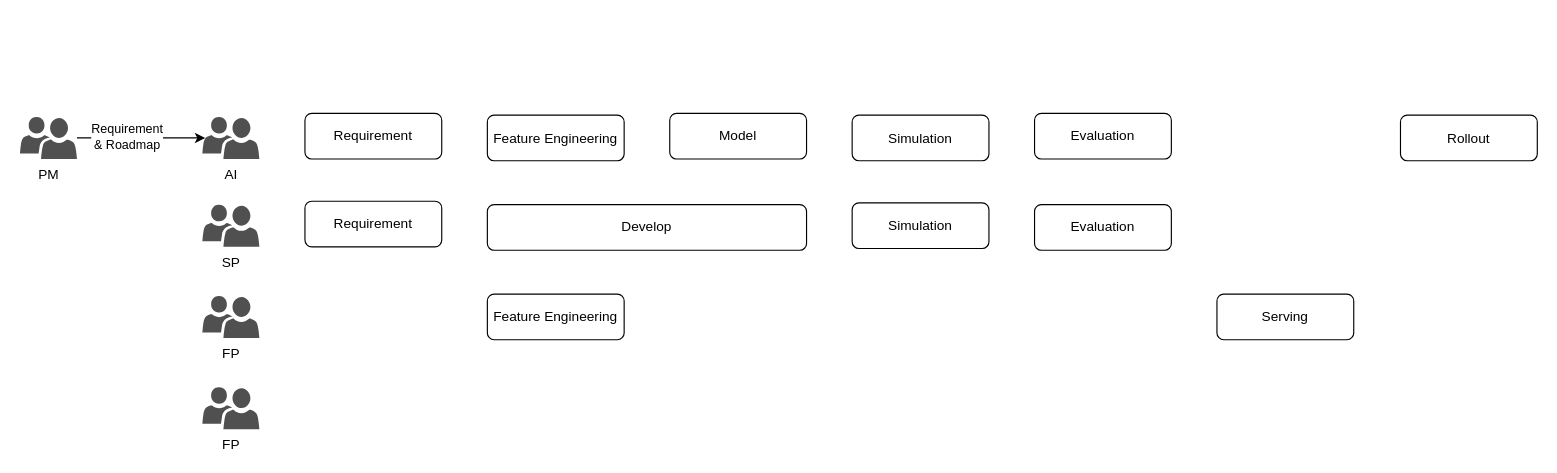
Earlier version of the draw.io diagram page "第 2 页" (2 of 3) of sds-flow.drawio (tallongsun/drawio). Source tidied: cells renumbered, new cells numbered last; positions are measured from the earlier drawing's top-left corner, leaving out a move shared by most shapes. Both pictures are drawn from the tidied source at 114%, with x=0, y=0 at pixel (19, 113).
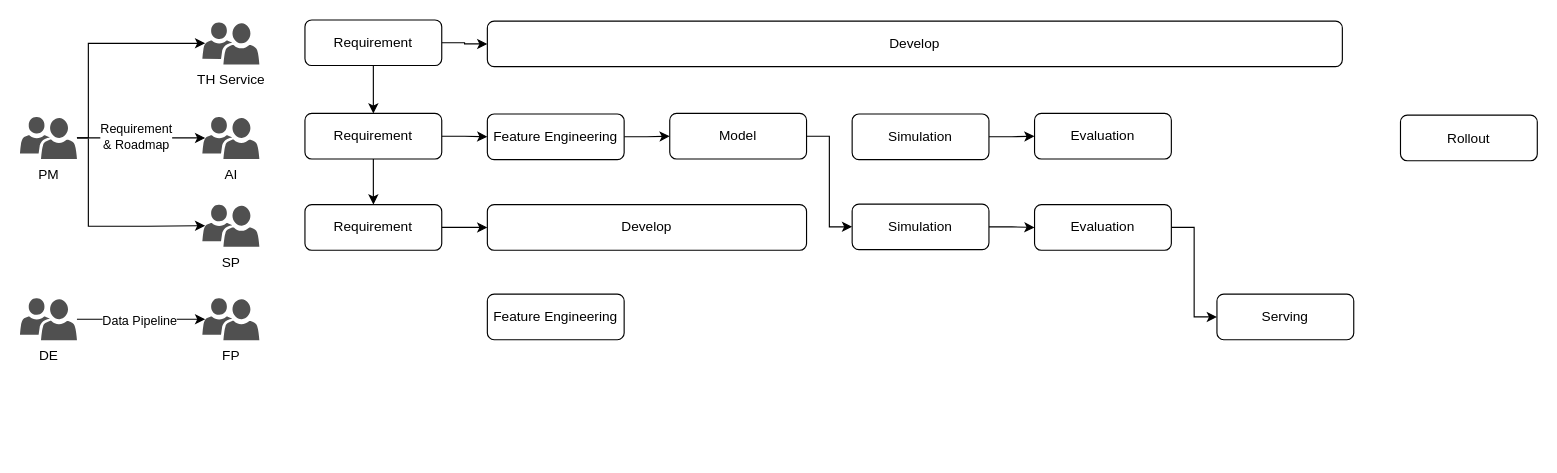
Above is the later version.

The change refers to these unchanged cells:
```xml
<mxCell id="2" value="Requirement" style="rounded=1;whiteSpace=wrap;html=1;" parent="1" vertex="1">
  <mxGeometry x="250" width="120" height="40" as="geometry" />
</mxCell>
<mxCell id="5" value="Model" style="rounded=1;whiteSpace=wrap;html=1;" parent="1" vertex="1">
  <mxGeometry x="570" width="120" height="40" as="geometry" />
</mxCell>
<mxCell id="7" value="Evaluation" style="rounded=1;whiteSpace=wrap;html=1;" parent="1" vertex="1">
  <mxGeometry x="890" width="120" height="40" as="geometry" />
</mxCell>
<mxCell id="9" value="SP" style="sketch=0;shadow=0;dashed=0;html=1;strokeColor=none;labelPosition=center;verticalLabelPosition=bottom;verticalAlign=top;align=center;fillColor=#505050;shape=mxgraph.mscae.intune.user_group;" parent="1" vertex="1">
  <mxGeometry x="160" y="80" width="50" height="37" as="geometry" />
</mxCell>
<mxCell id="12" value="Develop" style="rounded=1;whiteSpace=wrap;html=1;" parent="1" vertex="1">
  <mxGeometry x="410" y="80" width="280" height="40" as="geometry" />
</mxCell>
<mxCell id="14" value="Evaluation" style="rounded=1;whiteSpace=wrap;html=1;" parent="1" vertex="1">
  <mxGeometry x="890" y="80" width="120" height="40" as="geometry" />
</mxCell>
<mxCell id="16" value="Serving" style="rounded=1;whiteSpace=wrap;html=1;" parent="1" vertex="1">
  <mxGeometry x="1050" y="158.5" width="120" height="40" as="geometry" />
</mxCell>
<mxCell id="18" value="PM" style="sketch=0;shadow=0;dashed=0;html=1;strokeColor=none;labelPosition=center;verticalLabelPosition=bottom;verticalAlign=top;align=center;fillColor=#505050;shape=mxgraph.mscae.intune.user_group;" parent="1" vertex="1">
  <mxGeometry y="3" width="50" height="37" as="geometry" />
</mxCell>
<mxCell id="19" style="edgeStyle=orthogonalEdgeStyle;rounded=0;jettySize=auto;html=1;entryX=0.05;entryY=0.5;entryDx=0;entryDy=0;entryPerimeter=0;" parent="1" edge="1" source="18" target="3">
  <mxGeometry relative="1" as="geometry" />
</mxCell>
```

Change to the diagram source:
```diff
@@
+    <mxCell id="21" style="edgeStyle=orthogonalEdgeStyle;rounded=0;jettySize=auto;html=1;exitX=0.5;exitY=1;exitDx=0;exitDy=0;" parent="1" edge="1" source="2" target="11">
+      <mxGeometry relative="1" as="geometry" />
+    </mxCell>
+    <mxCell id="22" style="edgeStyle=orthogonalEdgeStyle;rounded=0;jettySize=auto;html=1;exitX=1;exitY=0.5;exitDx=0;exitDy=0;" parent="1" edge="1" source="2" target="4">
+      <mxGeometry relative="1" as="geometry" />
+    </mxCell>
@@
+    <mxCell id="23" style="edgeStyle=orthogonalEdgeStyle;rounded=0;jettySize=auto;html=1;entryX=0;entryY=0.5;entryDx=0;entryDy=0;" parent="1" edge="1" source="4" target="5">
+      <mxGeometry relative="1" as="geometry" />
+    </mxCell>
     <mxCell id="4" value="Feature Engineering" style="rounded=1;whiteSpace=wrap;html=1;" parent="1" vertex="1">
-      <mxGeometry x="410" y="1.5" width="120" height="40" as="geometry" />
+      <mxGeometry x="410" y="0.5" width="120" height="40" as="geometry" />
     </mxCell>
+    <mxCell id="24" style="edgeStyle=orthogonalEdgeStyle;rounded=0;jettySize=auto;html=1;exitX=1;exitY=0.5;exitDx=0;exitDy=0;entryX=0;entryY=0.5;entryDx=0;entryDy=0;" parent="1" edge="1" source="5" target="13">
+      <mxGeometry relative="1" as="geometry" />
+    </mxCell>
@@
+    <mxCell id="25" style="edgeStyle=orthogonalEdgeStyle;rounded=0;jettySize=auto;html=1;entryX=0;entryY=0.5;entryDx=0;entryDy=0;" parent="1" edge="1" source="6" target="7">
+      <mxGeometry relative="1" as="geometry" />
+    </mxCell>
     <mxCell id="6" value="Simulation" style="rounded=1;whiteSpace=wrap;html=1;" parent="1" vertex="1">
-      <mxGeometry x="730" y="1.5" width="120" height="40" as="geometry" />
+      <mxGeometry x="730" y="0.5" width="120" height="40" as="geometry" />
     </mxCell>
@@
     <mxCell id="10" value="FP" style="sketch=0;shadow=0;dashed=0;html=1;strokeColor=none;labelPosition=center;verticalLabelPosition=bottom;verticalAlign=top;align=center;fillColor=#505050;shape=mxgraph.mscae.intune.user_group;" parent="1" vertex="1">
-      <mxGeometry x="160" y="160" width="50" height="37" as="geometry" />
+      <mxGeometry x="160" y="162" width="50" height="37" as="geometry" />
     </mxCell>
+    <mxCell id="26" style="edgeStyle=orthogonalEdgeStyle;rounded=0;jettySize=auto;html=1;exitX=1;exitY=0.5;exitDx=0;exitDy=0;entryX=0;entryY=0.5;entryDx=0;entryDy=0;" parent="1" edge="1" source="11" target="12">
+      <mxGeometry relative="1" as="geometry" />
+    </mxCell>
     <mxCell id="11" value="Requirement" style="rounded=1;whiteSpace=wrap;html=1;" parent="1" vertex="1">
-      <mxGeometry x="250" y="77" width="120" height="40" as="geometry" />
+      <mxGeometry x="250" y="80" width="120" height="40" as="geometry" />
     </mxCell>
@@
+    <mxCell id="27" style="edgeStyle=orthogonalEdgeStyle;rounded=0;jettySize=auto;html=1;entryX=0;entryY=0.5;entryDx=0;entryDy=0;" parent="1" edge="1" source="13" target="14">
+      <mxGeometry relative="1" as="geometry" />
+    </mxCell>
     <mxCell id="13" value="Simulation" style="rounded=1;whiteSpace=wrap;html=1;" parent="1" vertex="1">
-      <mxGeometry x="730" y="78.5" width="120" height="40" as="geometry" />
+      <mxGeometry x="730" y="79.5" width="120" height="40" as="geometry" />
     </mxCell>
+    <mxCell id="28" style="edgeStyle=orthogonalEdgeStyle;rounded=0;jettySize=auto;html=1;entryX=0;entryY=0.5;entryDx=0;entryDy=0;" parent="1" edge="1" source="14" target="16">
+      <mxGeometry relative="1" as="geometry" />
+    </mxCell>
@@
-    <mxCell id="17" value="FP" style="sketch=0;shadow=0;dashed=0;html=1;strokeColor=none;labelPosition=center;verticalLabelPosition=bottom;verticalAlign=top;align=center;fillColor=#505050;shape=mxgraph.mscae.intune.user_group;" parent="1" vertex="1">
-      <mxGeometry x="160" y="240" width="50" height="37" as="geometry" />
+    <mxCell id="17" value="TH Service" style="sketch=0;shadow=0;dashed=0;html=1;strokeColor=none;labelPosition=center;verticalLabelPosition=bottom;verticalAlign=top;align=center;fillColor=#505050;shape=mxgraph.mscae.intune.user_group;" parent="1" vertex="1">
+      <mxGeometry x="160" y="-80" width="50" height="37" as="geometry" />
     </mxCell>
@@
     <mxCell id="20" value="Requirement &lt;br&gt;&amp;amp; Roadmap" style="edgeLabel;html=1;align=center;verticalAlign=middle;" parent="19" vertex="1">
-      <mxGeometry x="-0.24" y="1" relative="1" as="geometry" />
+      <mxGeometry x="-0.24" y="1" relative="1" as="geometry">
+        <mxPoint x="8" as="offset" />
+      </mxGeometry>
     </mxCell>
+    <mxCell id="29" value="DE" style="sketch=0;shadow=0;dashed=0;html=1;strokeColor=none;labelPosition=center;verticalLabelPosition=bottom;verticalAlign=top;align=center;fillColor=#505050;shape=mxgraph.mscae.intune.user_group;" parent="1" vertex="1">
+      <mxGeometry y="162" width="50" height="37" as="geometry" />
+    </mxCell>
+    <mxCell id="30" style="edgeStyle=orthogonalEdgeStyle;rounded=0;jettySize=auto;html=1;entryX=0.05;entryY=0.5;entryDx=0;entryDy=0;entryPerimeter=0;" parent="1" edge="1" source="29" target="10">
+      <mxGeometry relative="1" as="geometry" />
+    </mxCell>
+    <mxCell id="31" value="Data Pipeline" style="edgeLabel;html=1;align=center;verticalAlign=middle;" parent="30" vertex="1">
+      <mxGeometry x="-0.04" y="-1" relative="1" as="geometry" />
+    </mxCell>
+    <mxCell id="32" style="edgeStyle=orthogonalEdgeStyle;rounded=0;jettySize=auto;html=1;entryX=0.05;entryY=0.5;entryDx=0;entryDy=0;entryPerimeter=0;" parent="1" edge="1" source="18" target="17">
+      <mxGeometry relative="1" as="geometry">
+        <Array as="points">
+          <mxPoint x="60" y="22" />
+          <mxPoint x="60" y="-61" />
+          <mxPoint x="163" y="-61" />
+        </Array>
+      </mxGeometry>
+    </mxCell>
+    <mxCell id="33" style="edgeStyle=orthogonalEdgeStyle;rounded=0;jettySize=auto;html=1;entryX=0;entryY=0.5;entryDx=0;entryDy=0;" parent="1" edge="1" source="35" target="36">
+      <mxGeometry relative="1" as="geometry" />
+    </mxCell>
+    <mxCell id="34" style="edgeStyle=orthogonalEdgeStyle;rounded=0;jettySize=auto;html=1;exitX=0.5;exitY=1;exitDx=0;exitDy=0;entryX=0.5;entryY=0;entryDx=0;entryDy=0;" parent="1" edge="1" source="35" target="2">
+      <mxGeometry relative="1" as="geometry" />
+    </mxCell>
+    <mxCell id="35" value="Requirement" style="rounded=1;whiteSpace=wrap;html=1;" parent="1" vertex="1">
+      <mxGeometry x="250" y="-82" width="120" height="40" as="geometry" />
+    </mxCell>
+    <mxCell id="36" value="Develop" style="rounded=1;whiteSpace=wrap;html=1;" parent="1" vertex="1">
+      <mxGeometry x="410" y="-81" width="750" height="40" as="geometry" />
+    </mxCell>
+    <mxCell id="37" style="edgeStyle=orthogonalEdgeStyle;rounded=0;jettySize=auto;html=1;exitX=0.968;exitY=0.52;exitDx=0;exitDy=0;exitPerimeter=0;entryX=0.05;entryY=0.5;entryDx=0;entryDy=0;entryPerimeter=0;" parent="1" edge="1" target="9">
+      <mxGeometry relative="1" as="geometry">
+        <mxPoint x="60" y="22.2" as="sourcePoint" />
+        <Array as="points">
+          <mxPoint x="60" y="99" />
+          <mxPoint x="112" y="99" />
+        </Array>
+      </mxGeometry>
+    </mxCell>
```
